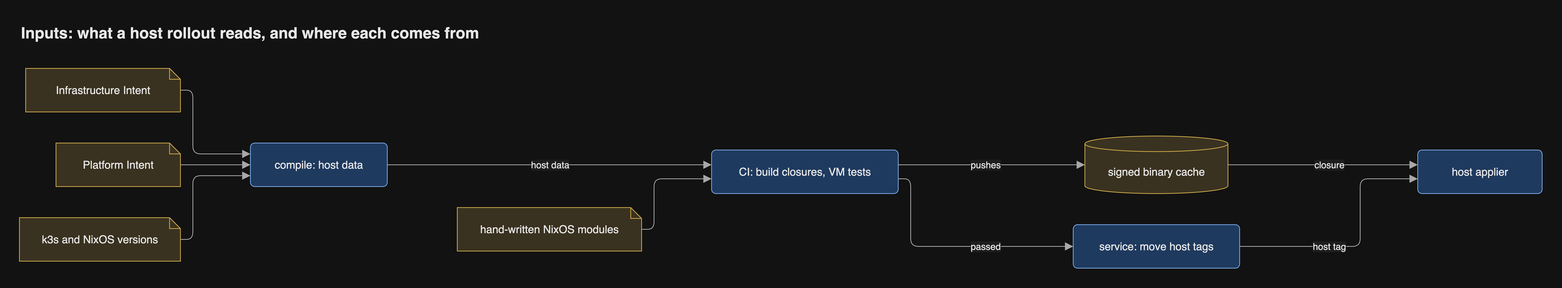
Earlier version of the draw.io export docs/diagrams/png/inputs-host.png (JorisJonkers-dev/estate-kit). Source tidied: cells renumbered, new cells last; positions are measured from the earlier drawing's top-left corner, leaving out a move shared by most shapes. Its diagram source:
```xml
<mxGraphModel>
  <root>
    <mxCell id="0" />
    <mxCell id="1" parent="0" />
    <mxCell id="2" value="Infrastructure Intent" style="shape=note;size=14;html=1;whiteSpace=wrap;fontSize=14;fontColor=light-dark(#1a1a1a,#e8e8e8);fillColor=light-dark(#fff2cc,#3a3220);strokeColor=light-dark(#d6b656,#c9a74a);fontFamily=Helvetica;" parent="1" vertex="1">
      <mxGeometry x="8" y="64" width="199" height="56" as="geometry" />
    </mxCell>
    <mxCell id="3" value="Platform Intent" style="shape=note;size=14;html=1;whiteSpace=wrap;fontSize=14;fontColor=light-dark(#1a1a1a,#e8e8e8);fillColor=light-dark(#fff2cc,#3a3220);strokeColor=light-dark(#d6b656,#c9a74a);fontFamily=Helvetica;" parent="1" vertex="1">
      <mxGeometry x="47" y="160" width="160" height="56" as="geometry" />
    </mxCell>
    <mxCell id="4" value="k3s and NixOS versions" style="shape=note;size=14;html=1;whiteSpace=wrap;fontSize=14;fontColor=light-dark(#1a1a1a,#e8e8e8);fillColor=light-dark(#fff2cc,#3a3220);strokeColor=light-dark(#d6b656,#c9a74a);fontFamily=Helvetica;" parent="1" vertex="1">
      <mxGeometry y="256" width="207" height="56" as="geometry" />
    </mxCell>
    <mxCell id="5" value="hand-written NixOS modules" style="shape=note;size=14;html=1;whiteSpace=wrap;fontSize=14;fontColor=light-dark(#1a1a1a,#e8e8e8);fillColor=light-dark(#fff2cc,#3a3220);strokeColor=light-dark(#d6b656,#c9a74a);fontFamily=Helvetica;" parent="1" vertex="1">
      <mxGeometry x="563" y="243" width="237" height="56" as="geometry" />
    </mxCell>
    <mxCell id="6" value="compile: host data" style="rounded=1;arcSize=10;html=1;whiteSpace=wrap;fontSize=14;fontColor=light-dark(#1a1a1a,#e8e8e8);fillColor=light-dark(#dae8fc,#1f3a5f);strokeColor=light-dark(#6c8ebf,#7aa7e0);fontFamily=Helvetica;" parent="1" vertex="1">
      <mxGeometry x="297" y="160" width="176" height="56" as="geometry" />
    </mxCell>
    <mxCell id="7" value="CI: build closures, VM tests" style="rounded=1;arcSize=10;html=1;whiteSpace=wrap;fontSize=14;fontColor=light-dark(#1a1a1a,#e8e8e8);fillColor=light-dark(#dae8fc,#1f3a5f);strokeColor=light-dark(#6c8ebf,#7aa7e0);fontFamily=Helvetica;" parent="1" vertex="1">
      <mxGeometry x="890" y="169" width="240" height="56" as="geometry" />
    </mxCell>
    <mxCell id="8" value="signed binary cache" style="shape=cylinder3;size=10;boundedLbl=1;backgroundOutline=1;html=1;whiteSpace=wrap;fontSize=14;fontColor=light-dark(#1a1a1a,#e8e8e8);fillColor=light-dark(#fff2cc,#3a3220);strokeColor=light-dark(#d6b656,#c9a74a);fontFamily=Helvetica;" parent="1" vertex="1">
      <mxGeometry x="1370" y="151" width="184" height="74" as="geometry" />
    </mxCell>
    <mxCell id="9" value="service: move host tags" style="rounded=1;arcSize=10;html=1;whiteSpace=wrap;fontSize=14;fontColor=light-dark(#1a1a1a,#e8e8e8);fillColor=light-dark(#dae8fc,#1f3a5f);strokeColor=light-dark(#6c8ebf,#7aa7e0);fontFamily=Helvetica;" parent="1" vertex="1">
      <mxGeometry x="1355" y="265" width="214" height="56" as="geometry" />
    </mxCell>
    <mxCell id="10" value="host applier" style="rounded=1;arcSize=10;html=1;whiteSpace=wrap;fontSize=14;fontColor=light-dark(#1a1a1a,#e8e8e8);fillColor=light-dark(#dae8fc,#1f3a5f);strokeColor=light-dark(#6c8ebf,#7aa7e0);fontFamily=Helvetica;" parent="1" vertex="1">
      <mxGeometry x="1798" y="169" width="160" height="56" as="geometry" />
    </mxCell>
    <mxCell id="11" style="html=1;rounded=1;fontSize=14;fontSize=12;fontColor=light-dark(#1a1a1a,#e8e8e8);strokeColor=light-dark(#666666,#a8a8a8);endArrow=block;endFill=1;endSize=8;curved=0;exitX=1;exitY=0.5;entryX=0;entryY=0.25;edgeStyle=orthogonalEdgeStyle;fontFamily=Helvetica;labelBackgroundColor=light-dark(#ffffff,#1e1e1e);" parent="1" edge="1" source="2" target="6">
      <mxGeometry relative="1" as="geometry">
        <Array as="points">
          <mxPoint x="223" y="92" />
          <mxPoint x="223" y="174" />
        </Array>
      </mxGeometry>
    </mxCell>
    <mxCell id="12" style="html=1;rounded=1;fontSize=14;fontSize=12;fontColor=light-dark(#1a1a1a,#e8e8e8);strokeColor=light-dark(#666666,#a8a8a8);endArrow=block;endFill=1;endSize=8;curved=0;exitX=1;exitY=0.5;entryX=0;entryY=0.5;edgeStyle=orthogonalEdgeStyle;fontFamily=Helvetica;labelBackgroundColor=light-dark(#ffffff,#1e1e1e);" parent="1" edge="1" source="3" target="6">
      <mxGeometry relative="1" as="geometry">
        <Array as="points">
          <mxPoint x="252" y="188" />
        </Array>
      </mxGeometry>
    </mxCell>
    <mxCell id="13" style="html=1;rounded=1;fontSize=14;fontSize=12;fontColor=light-dark(#1a1a1a,#e8e8e8);strokeColor=light-dark(#666666,#a8a8a8);endArrow=block;endFill=1;endSize=8;curved=0;exitX=1;exitY=0.5;entryX=0;entryY=0.75;edgeStyle=orthogonalEdgeStyle;fontFamily=Helvetica;labelBackgroundColor=light-dark(#ffffff,#1e1e1e);" parent="1" edge="1" source="4" target="6">
      <mxGeometry relative="1" as="geometry">
        <Array as="points">
          <mxPoint x="223" y="284" />
          <mxPoint x="223" y="202" />
        </Array>
      </mxGeometry>
    </mxCell>
    <mxCell id="14" value="host data" style="html=1;rounded=1;fontSize=14;fontSize=12;fontColor=light-dark(#1a1a1a,#e8e8e8);strokeColor=light-dark(#666666,#a8a8a8);endArrow=block;endFill=1;endSize=8;curved=0;exitX=1;exitY=0.5;entryX=0;entryY=0.3393;edgeStyle=orthogonalEdgeStyle;fontFamily=Helvetica;labelBackgroundColor=light-dark(#ffffff,#1e1e1e);" parent="1" edge="1" source="6" target="7">
      <mxGeometry relative="1" as="geometry">
        <Array as="points">
          <mxPoint x="681.5" y="188" />
        </Array>
      </mxGeometry>
    </mxCell>
    <mxCell id="15" style="html=1;rounded=1;fontSize=14;fontSize=12;fontColor=light-dark(#1a1a1a,#e8e8e8);strokeColor=light-dark(#666666,#a8a8a8);endArrow=block;endFill=1;endSize=8;curved=0;exitX=1;exitY=0.5;entryX=0;entryY=0.6607;edgeStyle=orthogonalEdgeStyle;fontFamily=Helvetica;labelBackgroundColor=light-dark(#ffffff,#1e1e1e);" parent="1" edge="1" source="5" target="7">
      <mxGeometry relative="1" as="geometry">
        <Array as="points">
          <mxPoint x="816" y="271" />
          <mxPoint x="816" y="206" />
        </Array>
      </mxGeometry>
    </mxCell>
    <mxCell id="16" value="pushes" style="html=1;rounded=1;fontSize=14;fontSize=12;fontColor=light-dark(#1a1a1a,#e8e8e8);strokeColor=light-dark(#666666,#a8a8a8);endArrow=block;endFill=1;endSize=8;curved=0;exitX=1;exitY=0.3393;entryX=0;entryY=0.5;edgeStyle=orthogonalEdgeStyle;fontFamily=Helvetica;labelBackgroundColor=light-dark(#ffffff,#1e1e1e);" parent="1" edge="1" source="7" target="8">
      <mxGeometry relative="1" as="geometry">
        <Array as="points">
          <mxPoint x="1250" y="188" />
        </Array>
        <mxPoint x="-7.5" as="offset" />
      </mxGeometry>
    </mxCell>
    <mxCell id="17" value="passed" style="html=1;rounded=1;fontSize=14;fontSize=12;fontColor=light-dark(#1a1a1a,#e8e8e8);strokeColor=light-dark(#666666,#a8a8a8);endArrow=block;endFill=1;endSize=8;curved=0;exitX=1;exitY=0.6607;entryX=0;entryY=0.5;edgeStyle=orthogonalEdgeStyle;fontFamily=Helvetica;labelBackgroundColor=light-dark(#ffffff,#1e1e1e);" parent="1" edge="1" source="7" target="9">
      <mxGeometry relative="1" as="geometry">
        <Array as="points">
          <mxPoint x="1146" y="206" />
          <mxPoint x="1146" y="293" />
        </Array>
        <mxPoint x="43.5" as="offset" />
      </mxGeometry>
    </mxCell>
    <mxCell id="18" value="host tag" style="html=1;rounded=1;fontSize=14;fontSize=12;fontColor=light-dark(#1a1a1a,#e8e8e8);strokeColor=light-dark(#666666,#a8a8a8);endArrow=block;endFill=1;endSize=8;curved=0;exitX=1;exitY=0.5;entryX=0;entryY=0.6607;edgeStyle=orthogonalEdgeStyle;fontFamily=Helvetica;labelBackgroundColor=light-dark(#ffffff,#1e1e1e);" parent="1" edge="1" source="9" target="10">
      <mxGeometry relative="1" as="geometry">
        <Array as="points">
          <mxPoint x="1724" y="293" />
          <mxPoint x="1724" y="206" />
        </Array>
        <mxPoint x="-40.5" y="3" as="offset" />
      </mxGeometry>
    </mxCell>
    <mxCell id="19" value="closure" style="html=1;rounded=1;fontSize=14;fontSize=12;fontColor=light-dark(#1a1a1a,#e8e8e8);strokeColor=light-dark(#666666,#a8a8a8);endArrow=block;endFill=1;endSize=8;curved=0;exitX=1;exitY=0.5;entryX=0;entryY=0.3393;edgeStyle=orthogonalEdgeStyle;fontFamily=Helvetica;labelBackgroundColor=light-dark(#ffffff,#1e1e1e);" parent="1" edge="1" source="8" target="10">
      <mxGeometry relative="1" as="geometry">
        <Array as="points">
          <mxPoint x="1676" y="188" />
        </Array>
        <mxPoint x="7.5" as="offset" />
      </mxGeometry>
    </mxCell>
    <mxCell id="20" value="Inputs: what a host rollout reads, and where each comes from" style="text;html=1;whiteSpace=wrap;align=left;verticalAlign=middle;fontSize=20;fontStyle=1;fontColor=light-dark(#1a1a1a,#e8e8e8);fontFamily=Helvetica;" parent="1" vertex="1">
      <mxGeometry width="1958" height="36" as="geometry" />
    </mxCell>
  </root>
</mxGraphModel>
```
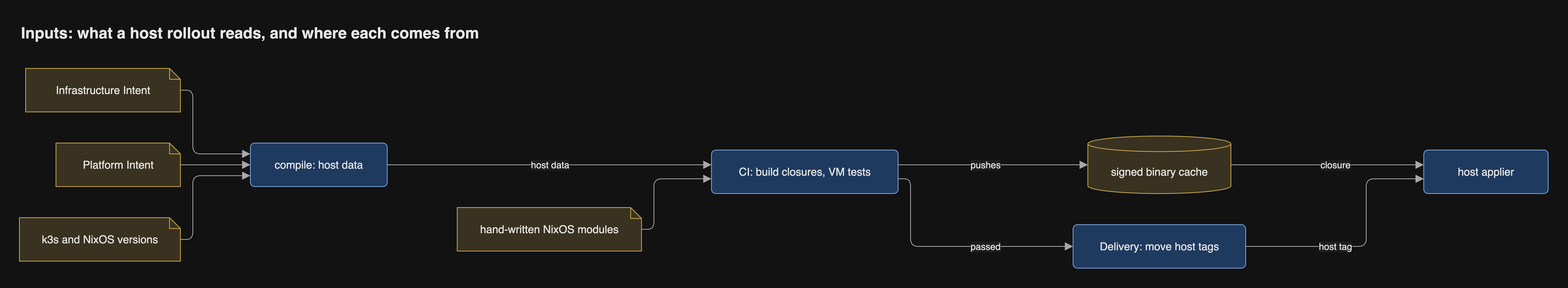
Above is the later version.

Diff of the diagram source:
```diff
@@ -21,13 +21,13 @@
       <mxGeometry x="890" y="169" width="240" height="56" as="geometry" />
     </mxCell>
     <mxCell id="8" value="signed binary cache" style="shape=cylinder3;size=10;boundedLbl=1;backgroundOutline=1;html=1;whiteSpace=wrap;fontSize=14;fontColor=light-dark(#1a1a1a,#e8e8e8);fillColor=light-dark(#fff2cc,#3a3220);strokeColor=light-dark(#d6b656,#c9a74a);fontFamily=Helvetica;" parent="1" vertex="1">
-      <mxGeometry x="1370" y="151" width="184" height="74" as="geometry" />
+      <mxGeometry x="1374" y="151" width="184" height="74" as="geometry" />
     </mxCell>
-    <mxCell id="9" value="service: move host tags" style="rounded=1;arcSize=10;html=1;whiteSpace=wrap;fontSize=14;fontColor=light-dark(#1a1a1a,#e8e8e8);fillColor=light-dark(#dae8fc,#1f3a5f);strokeColor=light-dark(#6c8ebf,#7aa7e0);fontFamily=Helvetica;" parent="1" vertex="1">
-      <mxGeometry x="1355" y="265" width="214" height="56" as="geometry" />
+    <mxCell id="9" value="Delivery: move host tags" style="rounded=1;arcSize=10;html=1;whiteSpace=wrap;fontSize=14;fontColor=light-dark(#1a1a1a,#e8e8e8);fillColor=light-dark(#dae8fc,#1f3a5f);strokeColor=light-dark(#6c8ebf,#7aa7e0);fontFamily=Helvetica;" parent="1" vertex="1">
+      <mxGeometry x="1355" y="265" width="222" height="56" as="geometry" />
     </mxCell>
     <mxCell id="10" value="host applier" style="rounded=1;arcSize=10;html=1;whiteSpace=wrap;fontSize=14;fontColor=light-dark(#1a1a1a,#e8e8e8);fillColor=light-dark(#dae8fc,#1f3a5f);strokeColor=light-dark(#6c8ebf,#7aa7e0);fontFamily=Helvetica;" parent="1" vertex="1">
-      <mxGeometry x="1798" y="169" width="160" height="56" as="geometry" />
+      <mxGeometry x="1806" y="169" width="160" height="56" as="geometry" />
     </mxCell>
     <mxCell id="11" style="html=1;rounded=1;fontSize=14;fontSize=12;fontColor=light-dark(#1a1a1a,#e8e8e8);strokeColor=light-dark(#666666,#a8a8a8);endArrow=block;endFill=1;endSize=8;curved=0;exitX=1;exitY=0.5;entryX=0;entryY=0.25;edgeStyle=orthogonalEdgeStyle;fontFamily=Helvetica;labelBackgroundColor=light-dark(#ffffff,#1e1e1e);" parent="1" edge="1" source="2" target="6">
       <mxGeometry relative="1" as="geometry">
@@ -70,9 +70,9 @@
     <mxCell id="16" value="pushes" style="html=1;rounded=1;fontSize=14;fontSize=12;fontColor=light-dark(#1a1a1a,#e8e8e8);strokeColor=light-dark(#666666,#a8a8a8);endArrow=block;endFill=1;endSize=8;curved=0;exitX=1;exitY=0.3393;entryX=0;entryY=0.5;edgeStyle=orthogonalEdgeStyle;fontFamily=Helvetica;labelBackgroundColor=light-dark(#ffffff,#1e1e1e);" parent="1" edge="1" source="7" target="8">
       <mxGeometry relative="1" as="geometry">
         <Array as="points">
-          <mxPoint x="1250" y="188" />
+          <mxPoint x="1252" y="188" />
         </Array>
-        <mxPoint x="-7.5" as="offset" />
+        <mxPoint x="-9.5" as="offset" />
       </mxGeometry>
     </mxCell>
     <mxCell id="17" value="passed" style="html=1;rounded=1;fontSize=14;fontSize=12;fontColor=light-dark(#1a1a1a,#e8e8e8);strokeColor=light-dark(#666666,#a8a8a8);endArrow=block;endFill=1;endSize=8;curved=0;exitX=1;exitY=0.6607;entryX=0;entryY=0.5;edgeStyle=orthogonalEdgeStyle;fontFamily=Helvetica;labelBackgroundColor=light-dark(#ffffff,#1e1e1e);" parent="1" edge="1" source="7" target="9">
@@ -87,8 +87,8 @@
     <mxCell id="18" value="host tag" style="html=1;rounded=1;fontSize=14;fontSize=12;fontColor=light-dark(#1a1a1a,#e8e8e8);strokeColor=light-dark(#666666,#a8a8a8);endArrow=block;endFill=1;endSize=8;curved=0;exitX=1;exitY=0.5;entryX=0;entryY=0.6607;edgeStyle=orthogonalEdgeStyle;fontFamily=Helvetica;labelBackgroundColor=light-dark(#ffffff,#1e1e1e);" parent="1" edge="1" source="9" target="10">
       <mxGeometry relative="1" as="geometry">
         <Array as="points">
-          <mxPoint x="1724" y="293" />
-          <mxPoint x="1724" y="206" />
+          <mxPoint x="1732" y="293" />
+          <mxPoint x="1732" y="206" />
         </Array>
         <mxPoint x="-40.5" y="3" as="offset" />
       </mxGeometry>
@@ -96,13 +96,13 @@
     <mxCell id="19" value="closure" style="html=1;rounded=1;fontSize=14;fontSize=12;fontColor=light-dark(#1a1a1a,#e8e8e8);strokeColor=light-dark(#666666,#a8a8a8);endArrow=block;endFill=1;endSize=8;curved=0;exitX=1;exitY=0.5;entryX=0;entryY=0.3393;edgeStyle=orthogonalEdgeStyle;fontFamily=Helvetica;labelBackgroundColor=light-dark(#ffffff,#1e1e1e);" parent="1" edge="1" source="8" target="10">
       <mxGeometry relative="1" as="geometry">
         <Array as="points">
-          <mxPoint x="1676" y="188" />
+          <mxPoint x="1682" y="188" />
         </Array>
-        <mxPoint x="7.5" as="offset" />
+        <mxPoint x="9.5" as="offset" />
       </mxGeometry>
     </mxCell>
     <mxCell id="20" value="Inputs: what a host rollout reads, and where each comes from" style="text;html=1;whiteSpace=wrap;align=left;verticalAlign=middle;fontSize=20;fontStyle=1;fontColor=light-dark(#1a1a1a,#e8e8e8);fontFamily=Helvetica;" parent="1" vertex="1">
-      <mxGeometry width="1958" height="36" as="geometry" />
+      <mxGeometry width="1966" height="36" as="geometry" />
     </mxCell>
   </root>
 </mxGraphModel>
```
